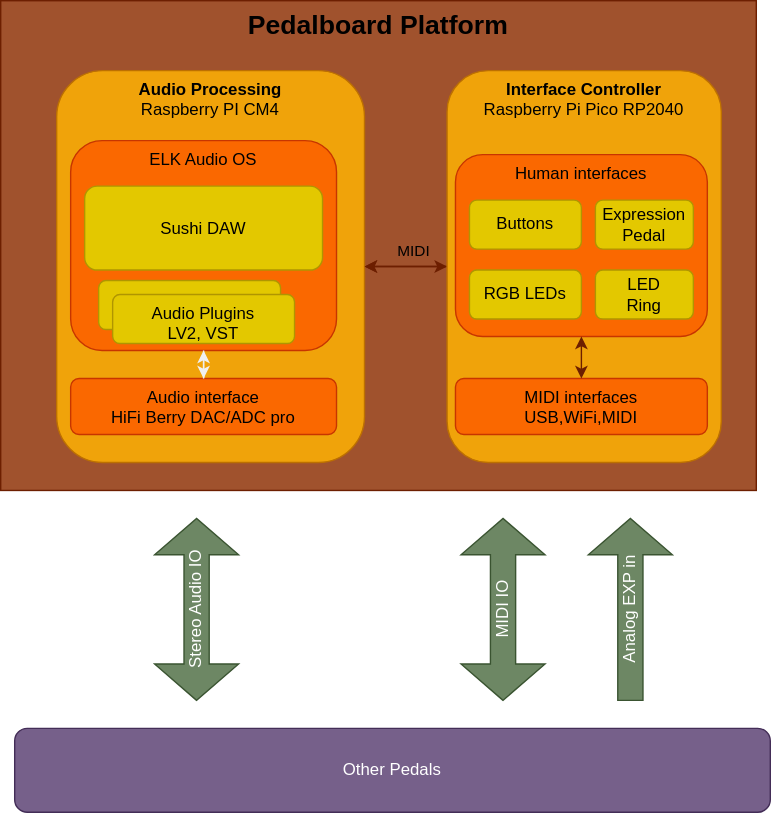
Earlier version of the draw.io export diagram/architecture.drawio.svg (pedalboard/.github). Source tidied: cells renumbered, new cells last; positions are measured from the earlier drawing's top-left corner, leaving out a move shared by most shapes.
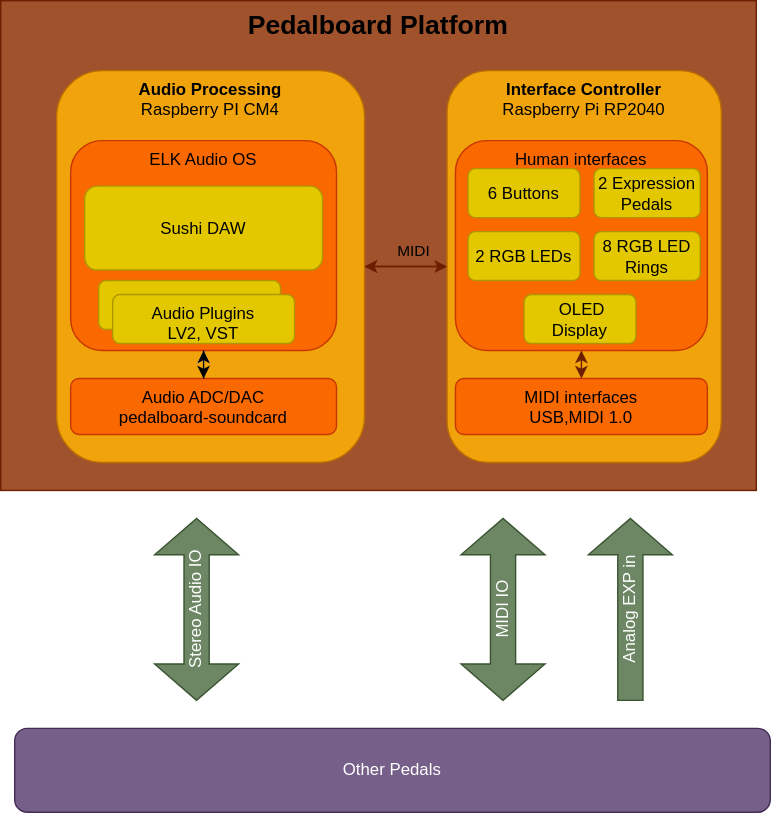
The same diagram one commit later.

Commit message:
Adapt architecture diagram to V3

Change to the diagram source:
```diff
@@ -19,29 +19,29 @@
         <mxPoint x="7" y="-13" as="offset" />
       </mxGeometry>
     </mxCell>
-    <mxCell id="7" value="&lt;b&gt;Interface Controller&lt;/b&gt;&lt;br&gt;Raspberry Pi Pico RP2040" style="rounded=1;whiteSpace=wrap;html=1;fillColor=#f0a30a;fontColor=#000000;strokeColor=#BD7000;verticalAlign=top;" parent="1" vertex="1">
+    <mxCell id="7" value="&lt;b&gt;Interface Controller&lt;/b&gt;&lt;br&gt;Raspberry Pi RP2040" style="rounded=1;whiteSpace=wrap;html=1;fillColor=#f0a30a;fontColor=#000000;strokeColor=#BD7000;verticalAlign=top;" parent="1" vertex="1">
       <mxGeometry x="319" y="50" width="196" height="280" as="geometry" />
     </mxCell>
     <mxCell id="8" value="Human interfaces" style="rounded=1;whiteSpace=wrap;html=1;fillColor=#fa6800;fontColor=#000000;strokeColor=#C73500;verticalAlign=top;" parent="1" vertex="1">
-      <mxGeometry x="325" y="110" width="180" height="130" as="geometry" />
+      <mxGeometry x="325" y="100" width="180" height="150" as="geometry" />
     </mxCell>
-    <mxCell id="9" value="MIDI interfaces&lt;br&gt;USB,WiFi,MIDI" style="rounded=1;whiteSpace=wrap;html=1;fillColor=#fa6800;fontColor=#000000;strokeColor=#C73500;verticalAlign=top;" parent="1" vertex="1">
+    <mxCell id="9" value="MIDI interfaces&lt;br&gt;USB,MIDI 1.0" style="rounded=1;whiteSpace=wrap;html=1;fillColor=#fa6800;fontColor=#000000;strokeColor=#C73500;verticalAlign=top;" parent="1" vertex="1">
       <mxGeometry x="325" y="270" width="180" height="40" as="geometry" />
     </mxCell>
     <mxCell id="10" style="endArrow=classic;startArrow=classic;html=1;rounded=0;entryX=0.5;entryY=1;entryDx=0;entryDy=0;exitX=0.5;exitY=0;exitDx=0;exitDy=0;fillColor=#a0522d;strokeColor=#6D1F00;" parent="1" edge="1" source="9" target="8">
       <mxGeometry relative="1" as="geometry" />
     </mxCell>
-    <mxCell id="11" value="Buttons" style="rounded=1;whiteSpace=wrap;html=1;fillColor=#e3c800;fontColor=#000000;strokeColor=#B09500;" parent="1" vertex="1">
-      <mxGeometry x="335" y="142.5" width="80" height="35" as="geometry" />
+    <mxCell id="11" value="6 Buttons" style="rounded=1;whiteSpace=wrap;html=1;fillColor=#e3c800;fontColor=#000000;strokeColor=#B09500;" parent="1" vertex="1">
+      <mxGeometry x="334" y="120" width="80" height="35" as="geometry" />
     </mxCell>
-    <mxCell id="12" value="RGB LEDs" style="rounded=1;whiteSpace=wrap;html=1;fillColor=#e3c800;fontColor=#000000;strokeColor=#B09500;" parent="1" vertex="1">
-      <mxGeometry x="335" y="192.5" width="80" height="35" as="geometry" />
+    <mxCell id="12" value="2 RGB LEDs" style="rounded=1;whiteSpace=wrap;html=1;fillColor=#e3c800;fontColor=#000000;strokeColor=#B09500;" parent="1" vertex="1">
+      <mxGeometry x="334" y="165" width="80" height="35" as="geometry" />
     </mxCell>
-    <mxCell id="13" value="Expression&lt;br&gt;Pedal" style="rounded=1;whiteSpace=wrap;html=1;fillColor=#e3c800;fontColor=#000000;strokeColor=#B09500;" parent="1" vertex="1">
-      <mxGeometry x="425" y="142.5" width="70" height="35" as="geometry" />
+    <mxCell id="13" value="2 Expression&lt;br&gt;Pedals" style="rounded=1;whiteSpace=wrap;html=1;fillColor=#e3c800;fontColor=#000000;strokeColor=#B09500;" parent="1" vertex="1">
+      <mxGeometry x="424" y="120" width="76" height="35" as="geometry" />
     </mxCell>
-    <mxCell id="14" value="LED&lt;br&gt;Ring" style="rounded=1;whiteSpace=wrap;html=1;fillColor=#e3c800;fontColor=#000000;strokeColor=#B09500;" parent="1" vertex="1">
-      <mxGeometry x="425" y="192.5" width="70" height="35" as="geometry" />
+    <mxCell id="14" value="8 RGB LED&lt;br&gt;Rings" style="rounded=1;whiteSpace=wrap;html=1;fillColor=#e3c800;fontColor=#000000;strokeColor=#B09500;" parent="1" vertex="1">
+      <mxGeometry x="424" y="165" width="76" height="35" as="geometry" />
     </mxCell>
     <mxCell id="15" value="MIDI IO" style="shape=doubleArrow;whiteSpace=wrap;html=1;rotation=-90;fillColor=#6d8764;fontColor=#ffffff;strokeColor=#3A5431;" parent="1" vertex="1">
       <mxGeometry x="294" y="405" width="130" height="60" as="geometry" />
@@ -64,17 +64,20 @@
     <mxCell id="21" style="rounded=0;jettySize=auto;html=1;exitX=0.5;exitY=0;exitDx=0;exitDy=0;entryX=0.5;entryY=1;entryDx=0;entryDy=0;" parent="1" edge="1" source="22" target="19">
       <mxGeometry relative="1" as="geometry" />
     </mxCell>
-    <mxCell id="22" value="Audio interface&lt;br&gt;HiFi Berry DAC/ADC pro" style="rounded=1;whiteSpace=wrap;html=1;fillColor=#fa6800;fontColor=#000000;strokeColor=#C73500;verticalAlign=top;" parent="1" vertex="1">
+    <mxCell id="22" value="Audio ADC/DAC&lt;br&gt;pedalboard-soundcard" style="rounded=1;whiteSpace=wrap;html=1;fillColor=#fa6800;fontColor=#000000;strokeColor=#C73500;verticalAlign=top;" parent="1" vertex="1">
       <mxGeometry x="50" y="270" width="190" height="40" as="geometry" />
     </mxCell>
     <mxCell id="23" style="rounded=1;whiteSpace=wrap;html=1;fillColor=#e3c800;fontColor=#000000;strokeColor=#B09500;" parent="1" vertex="1">
       <mxGeometry x="70" y="200" width="130" height="35" as="geometry" />
     </mxCell>
-    <mxCell id="24" style="edgeStyle=orthogonalEdgeStyle;rounded=0;jettySize=auto;html=1;exitX=0.5;exitY=1;exitDx=0;exitDy=0;" parent="1" edge="1" source="19" target="22">
+    <mxCell id="24" style="edgeStyle=orthogonalEdgeStyle;rounded=0;jettySize=auto;html=1;exitX=0.5;exitY=1;exitDx=0;exitDy=0;strokeColor=#000000;startArrow=classic;startFill=1;" parent="1" edge="1" source="19" target="22">
       <mxGeometry relative="1" as="geometry" />
     </mxCell>
     <mxCell id="25" value="Audio Plugins&lt;br&gt;LV2, VST" style="rounded=1;whiteSpace=wrap;html=1;fillColor=#e3c800;fontColor=#000000;strokeColor=#B09500;verticalAlign=top;" parent="1" vertex="1">
       <mxGeometry x="80" y="210" width="130" height="35" as="geometry" />
     </mxCell>
+    <mxCell id="26" value="&amp;nbsp;OLED&lt;br&gt;Display" style="rounded=1;whiteSpace=wrap;html=1;fillColor=#e3c800;fontColor=#000000;strokeColor=#B09500;" parent="1" vertex="1">
+      <mxGeometry x="374" y="210" width="80" height="35" as="geometry" />
+    </mxCell>
   </root>
 </mxGraphModel>
```
